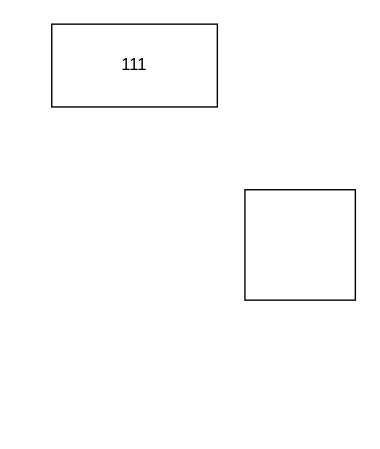
Above: src/Untitled Diagram.drawio in meepobrother/fre (draw.io), before the change. Source tidied: cells renumbered, new cells numbered last; positions are measured from the earlier drawing's top-left corner, leaving out a move shared by most shapes. Both pictures are drawn from the tidied source at 138%, with x=0, y=0 at pixel (51, 23).
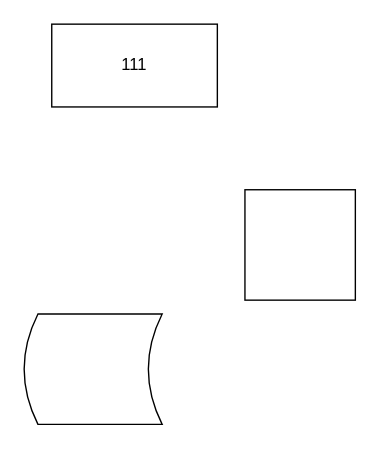
Above is the later version.

Change to the diagram source:
```diff
@@
 <mxGraphModel>
   <root>
     <mxCell id="0" />
     <mxCell id="1" parent="0" />
     <mxCell id="2" value="111" style="rounded=0;whiteSpace=wrap;html=1;" parent="1" vertex="1">
       <mxGeometry width="120" height="60" as="geometry" />
     </mxCell>
     <mxCell id="3" style="whiteSpace=wrap;html=1;" parent="1" vertex="1">
       <mxGeometry x="140" y="120" width="80" height="80" as="geometry" />
     </mxCell>
+    <mxCell id="4" style="shape=dataStorage;whiteSpace=wrap;html=1;" parent="1" vertex="1">
+      <mxGeometry x="-20" y="210" width="100" height="80" as="geometry" />
+    </mxCell>
   </root>
 </mxGraphModel>
```
